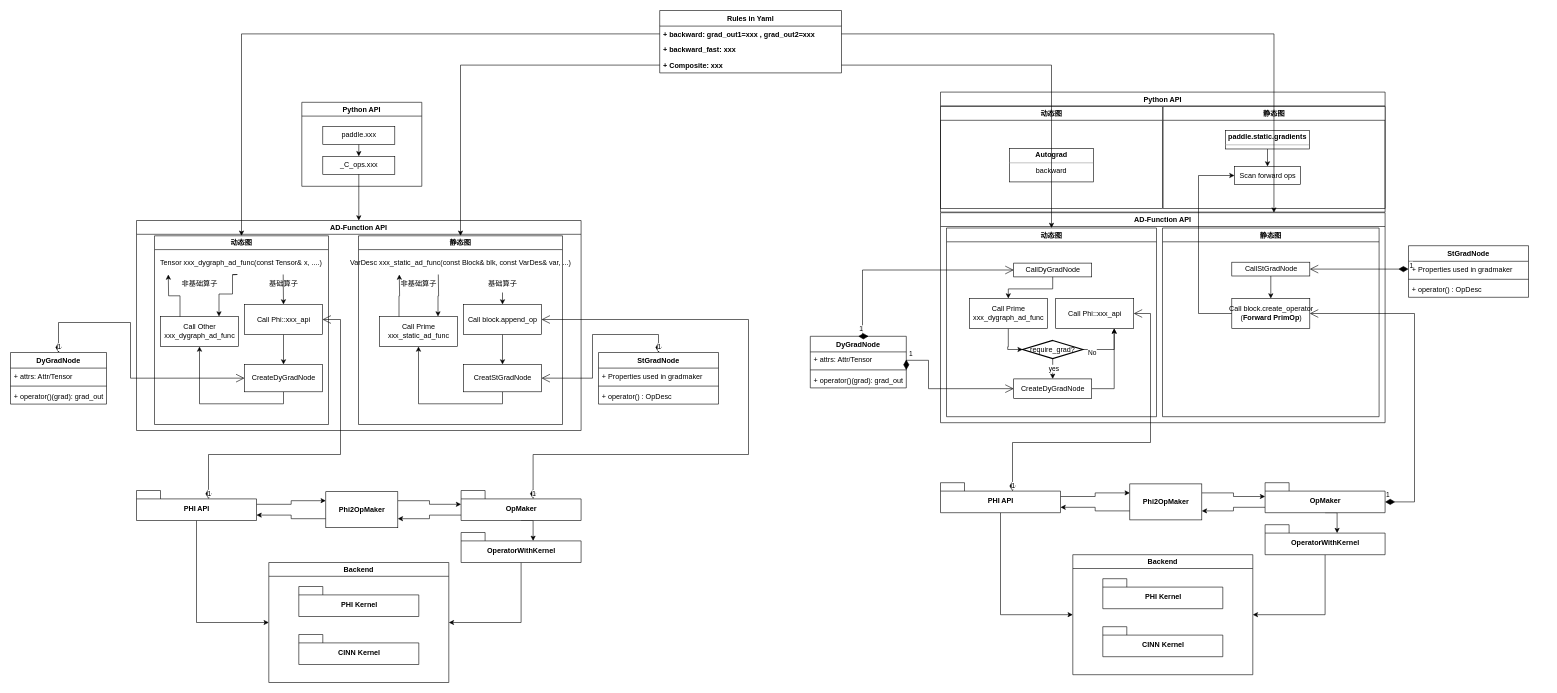
Above: Composite.drawio in JiabinYang/Doc (draw.io), before the change. Source tidied: cells renumbered, new cells numbered last; positions are measured from the earlier drawing's top-left corner, leaving out a move shared by most shapes. Both pictures are drawn from the tidied source at 60%, with x=0, y=0 at pixel (10, 10).
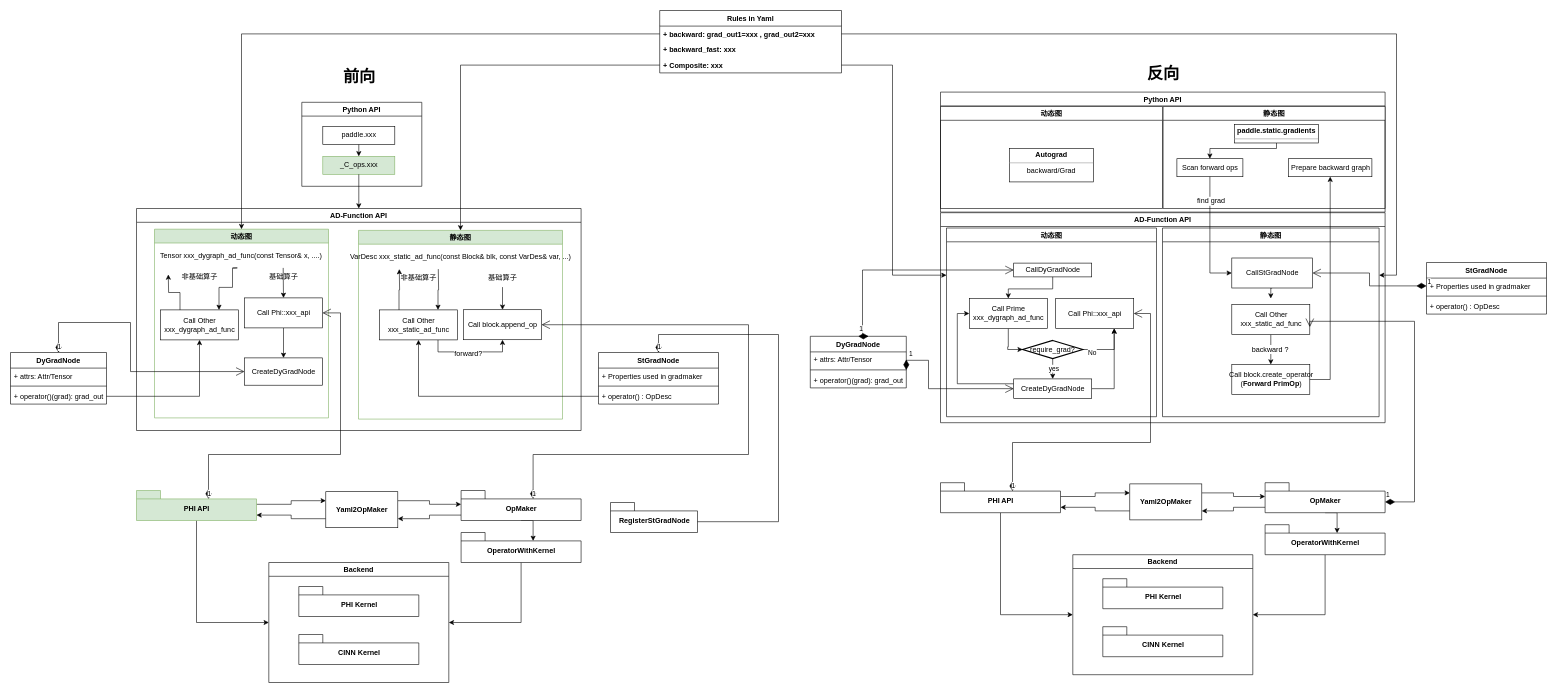
Above is the later version.

Unchanged cells that the change refers to:
```xml
<mxCell id="2" value="Python API" style="swimlane;" parent="1" vertex="1">
  <mxGeometry x="485.5" y="153" width="200" height="140" as="geometry" />
</mxCell>
<mxCell id="8" value="Call Other&lt;br&gt;xxx_dygraph_ad_func" style="html=1;" parent="7" vertex="1">
  <mxGeometry x="10" y="134.5" width="130" height="50" as="geometry" />
</mxCell>
<mxCell id="12" value="CreateDyGradNode" style="html=1;" parent="7" vertex="1">
  <mxGeometry x="150" y="214.5" width="130" height="45.5" as="geometry" />
</mxCell>
<mxCell id="14" value="Call Phi::xxx_api" style="html=1;" parent="7" vertex="1">
  <mxGeometry x="150" y="114.5" width="130" height="50" as="geometry" />
</mxCell>
<mxCell id="31" value="StGradNode" style="swimlane;fontStyle=1;align=center;verticalAlign=top;horizontal=1;startSize=26;" parent="1" vertex="1">
  <mxGeometry x="980" y="570" width="200" height="86" as="geometry" />
</mxCell>
<mxCell id="34" value="+ operator() : OpDesc" style="text;strokeColor=none;fillColor=none;align=left;verticalAlign=top;spacingLeft=4;spacingRight=4;overflow=hidden;points=[[0,0.5],[1,0.5]];portConstraint=eastwest;" parent="31" vertex="1">
  <mxGeometry y="60" width="200" height="26" as="geometry" />
</mxCell>
<mxCell id="35" value="DyGradNode" style="swimlane;fontStyle=1;align=center;verticalAlign=top;horizontal=1;startSize=26;" parent="1" vertex="1">
  <mxGeometry y="570" width="160" height="86" as="geometry" />
</mxCell>
<mxCell id="38" value="+ operator()(grad): grad_out" style="text;strokeColor=none;fillColor=none;align=left;verticalAlign=top;spacingLeft=4;spacingRight=4;overflow=hidden;points=[[0,0.5],[1,0.5]];portConstraint=eastwest;" parent="35" vertex="1">
  <mxGeometry y="60" width="160" height="26" as="geometry" />
</mxCell>
<mxCell id="47" value="OpMaker" style="shape=folder;fontStyle=1;spacingTop=10;tabWidth=40;tabHeight=14;tabPosition=left;html=1;" parent="1" vertex="1">
  <mxGeometry x="751" y="800" width="200" height="50" as="geometry" />
</mxCell>
<mxCell id="57" value="静态图" style="swimlane;" parent="56" vertex="1">
  <mxGeometry x="371" y="24" width="370" height="170" as="geometry" />
</mxCell>
<mxCell id="61" value="AD-Function API" style="swimlane;startSize=23;" parent="1" vertex="1">
  <mxGeometry x="1550" y="337" width="741" height="350" as="geometry" />
</mxCell>
<mxCell id="62" value="动态图" style="swimlane;" parent="61" vertex="1">
  <mxGeometry x="10" y="25.5" width="350" height="314.5" as="geometry" />
</mxCell>
<mxCell id="64" value="Call Prime&lt;br&gt;xxx_dygraph_ad_func" style="html=1;" parent="62" vertex="1">
  <mxGeometry x="38" y="117.5" width="130" height="50" as="geometry" />
</mxCell>
<mxCell id="74" value="CreateDyGradNode" style="html=1;" parent="62" vertex="1">
  <mxGeometry x="112" y="251.5" width="130" height="32.5" as="geometry" />
</mxCell>
<mxCell id="75" value="静态图" style="swimlane;" parent="61" vertex="1">
  <mxGeometry x="370" y="25.5" width="361" height="314.5" as="geometry" />
</mxCell>
<mxCell id="88" value="OpMaker" style="shape=folder;fontStyle=1;spacingTop=10;tabWidth=40;tabHeight=14;tabPosition=left;html=1;" parent="1" vertex="1">
  <mxGeometry x="2091" y="787" width="200" height="50" as="geometry" />
</mxCell>
<mxCell id="97" value="动态图" style="swimlane;" parent="1" vertex="1">
  <mxGeometry x="1550" y="160" width="370" height="170" as="geometry" />
</mxCell>
<mxCell id="112" value="+ backward: grad_out1=xxx , grad_out2=xxx" style="text;strokeColor=none;fillColor=none;align=left;verticalAlign=top;spacingLeft=4;spacingRight=4;overflow=hidden;points=[[0,0.5],[1,0.5]];portConstraint=eastwest;fontStyle=1;" parent="111" vertex="1">
  <mxGeometry y="26" width="303" height="26" as="geometry" />
</mxCell>
<mxCell id="114" value="+ Composite: xxx" style="text;strokeColor=none;fillColor=none;align=left;verticalAlign=top;spacingLeft=4;spacingRight=4;overflow=hidden;points=[[0,0.5],[1,0.5]];portConstraint=eastwest;fontStyle=1;" parent="111" vertex="1">
  <mxGeometry y="78" width="303" height="26" as="geometry" />
</mxCell>
```

The edit, as a diff of the source:
```diff
@@
-    <mxCell id="5" value="_C_ops.xxx" style="rounded=0;whiteSpace=wrap;html=1;" parent="2" vertex="1">
+    <mxCell id="5" value="_C_ops.xxx" style="rounded=0;whiteSpace=wrap;html=1;fillColor=#d5e8d4;strokeColor=#82b366;" parent="2" vertex="1">
       <mxGeometry x="35" y="90" width="120" height="30" as="geometry" />
     </mxCell>
     <mxCell id="6" value="AD-Function API" style="swimlane;startSize=23;" parent="1" vertex="1">
-      <mxGeometry x="210" y="350" width="741" height="350" as="geometry" />
+      <mxGeometry x="210" y="330" width="741" height="370" as="geometry" />
     </mxCell>
-    <mxCell id="7" value="动态图" style="swimlane;" parent="6" vertex="1">
-      <mxGeometry x="30" y="25.5" width="290" height="314.5" as="geometry" />
+    <mxCell id="7" value="动态图" style="swimlane;fillColor=#d5e8d4;strokeColor=#82b366;" parent="6" vertex="1">
+      <mxGeometry x="30" y="34.5" width="290" height="314.5" as="geometry" />
     </mxCell>
@@
-    <mxCell id="11" style="edgeStyle=orthogonalEdgeStyle;rounded=0;jettySize=auto;html=1;exitX=0.5;exitY=1;exitDx=0;exitDy=0;entryX=0.5;entryY=1;entryDx=0;entryDy=0;" parent="7" edge="1" source="12" target="8">
-      <mxGeometry relative="1" as="geometry" />
-    </mxCell>
@@
-    <mxCell id="18" value="静态图" style="swimlane;" parent="6" vertex="1">
-      <mxGeometry x="370" y="25.5" width="340" height="314.5" as="geometry" />
+    <mxCell id="18" value="静态图" style="swimlane;fillColor=#d5e8d4;strokeColor=#82b366;" parent="6" vertex="1">
+      <mxGeometry x="370" y="36.5" width="340" height="314.5" as="geometry" />
     </mxCell>
@@
+    <mxCell id="119" style="edgeStyle=orthogonalEdgeStyle;rounded=0;jettySize=auto;html=1;exitX=0.75;exitY=1;exitDx=0;exitDy=0;entryX=0.5;entryY=1;entryDx=0;entryDy=0;fontSize=12;" parent="18" edge="1" source="20" target="25">
+      <mxGeometry relative="1" as="geometry" />
+    </mxCell>
+    <mxCell id="120" value="forward?" style="edgeLabel;html=1;align=center;verticalAlign=middle;fontSize=12;" parent="119" vertex="1">
+      <mxGeometry x="-0.07" y="-2" relative="1" as="geometry">
+        <mxPoint x="1" as="offset" />
+      </mxGeometry>
+    </mxCell>
-    <mxCell id="20" value="Call Prime&lt;br&gt;xxx_static_ad_func" style="html=1;" parent="18" vertex="1">
-      <mxGeometry x="35" y="134.5" width="130" height="50" as="geometry" />
+    <mxCell id="20" value="Call Other&lt;br&gt;xxx_static_ad_func" style="html=1;" parent="18" vertex="1">
+      <mxGeometry x="35" y="132.5" width="130" height="50" as="geometry" />
     </mxCell>
@@
-    <mxCell id="22" style="edgeStyle=orthogonalEdgeStyle;rounded=0;jettySize=auto;html=1;exitX=0.5;exitY=1;exitDx=0;exitDy=0;entryX=0.5;entryY=1;entryDx=0;entryDy=0;" parent="18" edge="1" source="23" target="20">
-      <mxGeometry relative="1" as="geometry" />
-    </mxCell>
-    <mxCell id="23" value="CreatStGradNode" style="html=1;" parent="18" vertex="1">
-      <mxGeometry x="175" y="214.5" width="130" height="45.5" as="geometry" />
-    </mxCell>
-    <mxCell id="24" style="edgeStyle=orthogonalEdgeStyle;rounded=0;jettySize=auto;html=1;exitX=0.5;exitY=1;exitDx=0;exitDy=0;entryX=0.5;entryY=0;entryDx=0;entryDy=0;" parent="18" edge="1" source="25" target="23">
-      <mxGeometry relative="1" as="geometry" />
-    </mxCell>
     <mxCell id="25" value="Call block.append_op" style="html=1;" parent="18" vertex="1">
-      <mxGeometry x="175" y="114.5" width="130" height="50" as="geometry" />
+      <mxGeometry x="175" y="132.2" width="130" height="50" as="geometry" />
     </mxCell>
@@
-    <mxCell id="39" value="1" style="endArrow=open;html=1;endSize=12;startArrow=diamondThin;startSize=14;startFill=1;edgeStyle=orthogonalEdgeStyle;align=left;verticalAlign=bottom;rounded=0;exitX=0.5;exitY=0;exitDx=0;exitDy=0;entryX=1;entryY=0.5;entryDx=0;entryDy=0;" parent="1" edge="1" source="31" target="23">
+    <mxCell id="39" value="1" style="endArrow=open;html=1;endSize=12;startArrow=diamondThin;startSize=14;startFill=1;edgeStyle=orthogonalEdgeStyle;align=left;verticalAlign=bottom;rounded=0;exitX=0.5;exitY=0;exitDx=0;exitDy=0;entryX=0;entryY=0;entryDx=70;entryDy=32;entryPerimeter=0;" parent="1" edge="1" source="31" target="132">
       <mxGeometry x="-1" y="3" relative="1" as="geometry">
         <Array as="points">
           <mxPoint x="1080" y="540" />
-          <mxPoint x="970" y="540" />
-          <mxPoint x="970" y="613" />
+          <mxPoint x="1280" y="540" />
+          <mxPoint x="1280" y="852" />
         </Array>
       </mxGeometry>
     </mxCell>
     <mxCell id="40" value="1" style="endArrow=open;html=1;endSize=12;startArrow=diamondThin;startSize=14;startFill=1;edgeStyle=orthogonalEdgeStyle;align=left;verticalAlign=bottom;rounded=0;exitX=0.5;exitY=0;exitDx=0;exitDy=0;entryX=0;entryY=0.5;entryDx=0;entryDy=0;" parent="1" edge="1" source="35" target="12">
       <mxGeometry x="-1" y="3" relative="1" as="geometry">
         <Array as="points">
           <mxPoint x="80" y="520" />
           <mxPoint x="200" y="520" />
-          <mxPoint x="200" y="613" />
+          <mxPoint x="200" y="602" />
         </Array>
       </mxGeometry>
     </mxCell>
@@
-    <mxCell id="44" value="PHI API" style="shape=folder;fontStyle=1;spacingTop=10;tabWidth=40;tabHeight=14;tabPosition=left;html=1;" parent="1" vertex="1">
+    <mxCell id="44" value="PHI API" style="shape=folder;fontStyle=1;spacingTop=10;tabWidth=40;tabHeight=14;tabPosition=left;html=1;fillColor=#d5e8d4;strokeColor=#82b366;" parent="1" vertex="1">
       <mxGeometry x="210" y="800" width="200" height="50" as="geometry" />
     </mxCell>
@@
-    <mxCell id="55" value="&lt;b&gt;Phi2OpMaker&lt;/b&gt;" style="rounded=0;whiteSpace=wrap;html=1;" parent="1" vertex="1">
+    <mxCell id="55" value="&lt;b&gt;Yaml2OpMaker&lt;/b&gt;" style="rounded=0;whiteSpace=wrap;html=1;" parent="1" vertex="1">
       <mxGeometry x="525.5" y="802" width="120" height="60" as="geometry" />
     </mxCell>
@@
     <mxCell id="58" style="edgeStyle=orthogonalEdgeStyle;rounded=0;jettySize=auto;html=1;exitX=0.5;exitY=1;exitDx=0;exitDy=0;entryX=0.5;entryY=0;entryDx=0;entryDy=0;" parent="57" edge="1" source="59" target="60">
-      <mxGeometry relative="1" as="geometry" />
+      <mxGeometry relative="1" as="geometry">
+        <Array as="points">
+          <mxPoint x="189" y="70" />
+          <mxPoint x="78" y="70" />
+        </Array>
+      </mxGeometry>
     </mxCell>
     <mxCell id="59" value="&lt;p style=&quot;margin:0px;margin-top:4px;text-align:center;&quot;&gt;&lt;b&gt;paddle.static.gradients&lt;/b&gt;&lt;/p&gt;&lt;hr size=&quot;1&quot;&gt;&lt;div style=&quot;text-align: center; height: 2px;&quot;&gt;&lt;br&gt;&lt;/div&gt;" style="verticalAlign=top;align=left;overflow=fill;fontSize=12;fontFamily=Helvetica;html=1;" parent="57" vertex="1">
-      <mxGeometry x="104" y="40" width="140" height="30.8" as="geometry" />
+      <mxGeometry x="119" y="30" width="140" height="30.8" as="geometry" />
     </mxCell>
     <mxCell id="60" value="Scan forward ops" style="html=1;" parent="57" vertex="1">
-      <mxGeometry x="119" y="100" width="110" height="30" as="geometry" />
+      <mxGeometry x="23" y="87" width="110" height="30" as="geometry" />
     </mxCell>
+    <mxCell id="121" value="Prepare backward graph" style="html=1;" parent="57" vertex="1">
+      <mxGeometry x="209" y="87" width="139" height="30" as="geometry" />
+    </mxCell>
@@
+    <mxCell id="122" style="edgeStyle=orthogonalEdgeStyle;rounded=0;jettySize=auto;html=1;exitX=0;exitY=0.25;exitDx=0;exitDy=0;entryX=0;entryY=0.5;entryDx=0;entryDy=0;fontSize=27;" parent="62" edge="1" source="74" target="64">
+      <mxGeometry relative="1" as="geometry" />
+    </mxCell>
@@
-    <mxCell id="76" value="Call block.create_operator&lt;br&gt;(&lt;b&gt;Forward PrimOp&lt;/b&gt;)" style="html=1;" parent="75" vertex="1">
-      <mxGeometry x="115.5" y="117.5" width="130" height="50" as="geometry" />
-    </mxCell>
-    <mxCell id="77" style="edgeStyle=orthogonalEdgeStyle;rounded=0;jettySize=auto;html=1;entryX=0.5;entryY=0;entryDx=0;entryDy=0;exitX=0.5;exitY=1;exitDx=0;exitDy=0;" parent="75" edge="1" source="78" target="76">
-      <mxGeometry relative="1" as="geometry" />
+    <mxCell id="77" style="edgeStyle=orthogonalEdgeStyle;rounded=0;jettySize=auto;html=1;entryX=0.5;entryY=0;entryDx=0;entryDy=0;exitX=0.5;exitY=1;exitDx=0;exitDy=0;" parent="75" edge="1" source="78">
+      <mxGeometry relative="1" as="geometry">
+        <mxPoint x="180.5" y="117.5" as="targetPoint" />
+      </mxGeometry>
     </mxCell>
     <mxCell id="78" value="CallStGradNode" style="html=1;" parent="75" vertex="1">
-      <mxGeometry x="115.5" y="57" width="130" height="23" as="geometry" />
+      <mxGeometry x="115.5" y="50" width="134.5" height="50" as="geometry" />
     </mxCell>
+    <mxCell id="76" value="Call block.create_operator&lt;br&gt;(&lt;b&gt;Forward PrimOp&lt;/b&gt;)" style="html=1;" parent="75" vertex="1">
+      <mxGeometry x="115.5" y="227.5" width="130" height="50" as="geometry" />
+    </mxCell>
+    <mxCell id="123" value="backward ?&amp;nbsp;" style="edgeStyle=orthogonalEdgeStyle;rounded=0;jettySize=auto;html=1;exitX=0.5;exitY=1;exitDx=0;exitDy=0;entryX=0.5;entryY=0;entryDx=0;entryDy=0;fontSize=12;" parent="75" edge="1" source="124" target="76">
+      <mxGeometry relative="1" as="geometry" />
+    </mxCell>
+    <mxCell id="124" value="Call Other&lt;br&gt;xxx_static_ad_func" style="html=1;" parent="75" vertex="1">
+      <mxGeometry x="115.5" y="127.5" width="130" height="50" as="geometry" />
+    </mxCell>
     <mxCell id="79" value="StGradNode" style="swimlane;fontStyle=1;align=center;verticalAlign=top;horizontal=1;startSize=26;" parent="1" vertex="1">
-      <mxGeometry x="2330" y="392" width="200" height="86" as="geometry" />
+      <mxGeometry x="2360" y="420" width="200" height="86" as="geometry" />
     </mxCell>
@@
-    <mxCell id="96" value="&lt;b&gt;Phi2OpMaker&lt;/b&gt;" style="rounded=0;whiteSpace=wrap;html=1;" parent="1" vertex="1">
+    <mxCell id="96" value="&lt;b&gt;Yaml2OpMaker&lt;/b&gt;" style="rounded=0;whiteSpace=wrap;html=1;" parent="1" vertex="1">
       <mxGeometry x="1865.5" y="789" width="120" height="60" as="geometry" />
     </mxCell>
@@
-    <mxCell id="98" value="&lt;p style=&quot;margin:0px;margin-top:4px;text-align:center;&quot;&gt;&lt;b&gt;Autograd&lt;/b&gt;&lt;/p&gt;&lt;hr size=&quot;1&quot;&gt;&lt;div style=&quot;text-align: center; height: 2px;&quot;&gt;backward&lt;/div&gt;" style="verticalAlign=top;align=left;overflow=fill;fontSize=12;fontFamily=Helvetica;html=1;" parent="97" vertex="1">
+    <mxCell id="98" value="&lt;p style=&quot;margin:0px;margin-top:4px;text-align:center;&quot;&gt;&lt;b&gt;Autograd&lt;/b&gt;&lt;/p&gt;&lt;hr size=&quot;1&quot;&gt;&lt;div style=&quot;text-align: center; height: 2px;&quot;&gt;backward/Grad&lt;/div&gt;" style="verticalAlign=top;align=left;overflow=fill;fontSize=12;fontFamily=Helvetica;html=1;" parent="97" vertex="1">
       <mxGeometry x="115" y="70.2" width="140" height="55.5" as="geometry" />
     </mxCell>
@@
     <mxCell id="105" value="1" style="endArrow=open;html=1;endSize=12;startArrow=diamondThin;startSize=14;startFill=1;edgeStyle=orthogonalEdgeStyle;align=left;verticalAlign=bottom;rounded=0;exitX=0;exitY=0;exitDx=120;exitDy=14;exitPerimeter=0;entryX=1;entryY=0.5;entryDx=0;entryDy=0;" parent="1" edge="1" source="44" target="14">
       <mxGeometry x="-1" y="3" relative="1" as="geometry">
         <Array as="points">
           <mxPoint x="330" y="740" />
           <mxPoint x="550" y="740" />
-          <mxPoint x="550" y="515" />
+          <mxPoint x="550" y="504" />
         </Array>
       </mxGeometry>
     </mxCell>
     <mxCell id="106" value="1" style="endArrow=open;html=1;endSize=12;startArrow=diamondThin;startSize=14;startFill=1;edgeStyle=orthogonalEdgeStyle;align=left;verticalAlign=bottom;rounded=0;exitX=0;exitY=0;exitDx=120;exitDy=14;exitPerimeter=0;entryX=1;entryY=0.5;entryDx=0;entryDy=0;" parent="1" edge="1" source="47" target="25">
       <mxGeometry x="-1" y="3" relative="1" as="geometry">
         <Array as="points">
           <mxPoint x="871" y="740" />
           <mxPoint x="1230" y="740" />
-          <mxPoint x="1230" y="515" />
+          <mxPoint x="1230" y="524" />
         </Array>
       </mxGeometry>
     </mxCell>
@@
-    <mxCell id="109" value="1" style="endArrow=open;html=1;endSize=12;startArrow=diamondThin;startSize=14;startFill=1;edgeStyle=orthogonalEdgeStyle;align=left;verticalAlign=bottom;rounded=0;exitX=0;exitY=0;exitDx=200;exitDy=32;exitPerimeter=0;entryX=1;entryY=0.5;entryDx=0;entryDy=0;" parent="1" edge="1" source="88" target="76">
+    <mxCell id="109" value="1" style="endArrow=open;html=1;endSize=12;startArrow=diamondThin;startSize=14;startFill=1;edgeStyle=orthogonalEdgeStyle;align=left;verticalAlign=bottom;rounded=0;exitX=0;exitY=0;exitDx=200;exitDy=32;exitPerimeter=0;entryX=1;entryY=0.75;entryDx=0;entryDy=0;" parent="1" edge="1" source="88" target="124">
       <mxGeometry x="-1" y="3" relative="1" as="geometry">
         <Array as="points">
           <mxPoint x="2340" y="819" />
-          <mxPoint x="2340" y="505" />
+          <mxPoint x="2340" y="518" />
         </Array>
       </mxGeometry>
     </mxCell>
-    <mxCell id="110" style="edgeStyle=orthogonalEdgeStyle;rounded=0;jettySize=auto;html=1;exitX=0;exitY=0.5;exitDx=0;exitDy=0;entryX=0;entryY=0.5;entryDx=0;entryDy=0;" parent="1" edge="1" source="76" target="60">
-      <mxGeometry relative="1" as="geometry">
-        <Array as="points">
-          <mxPoint x="1980" y="505" />
-          <mxPoint x="1980" y="275" />
-        </Array>
-      </mxGeometry>
-    </mxCell>
@@
-    <mxCell id="117" style="edgeStyle=orthogonalEdgeStyle;rounded=0;jettySize=auto;html=1;exitX=1;exitY=0.5;exitDx=0;exitDy=0;entryX=0.75;entryY=0;entryDx=0;entryDy=0;" parent="1" edge="1" source="112" target="61">
-      <mxGeometry relative="1" as="geometry" />
+    <mxCell id="117" style="edgeStyle=orthogonalEdgeStyle;rounded=0;jettySize=auto;html=1;exitX=1;exitY=0.5;exitDx=0;exitDy=0;entryX=1;entryY=0.25;entryDx=0;entryDy=0;" parent="1" edge="1" source="112" target="75">
+      <mxGeometry relative="1" as="geometry">
+        <Array as="points">
+          <mxPoint x="2310" y="39" />
+          <mxPoint x="2310" y="441" />
+        </Array>
+      </mxGeometry>
     </mxCell>
-    <mxCell id="118" style="edgeStyle=orthogonalEdgeStyle;rounded=0;jettySize=auto;html=1;exitX=1;exitY=0.5;exitDx=0;exitDy=0;entryX=0.5;entryY=0;entryDx=0;entryDy=0;" parent="1" edge="1" source="114" target="62">
-      <mxGeometry relative="1" as="geometry" />
+    <mxCell id="118" style="edgeStyle=orthogonalEdgeStyle;rounded=0;jettySize=auto;html=1;exitX=1;exitY=0.5;exitDx=0;exitDy=0;entryX=0;entryY=0.25;entryDx=0;entryDy=0;" parent="1" edge="1" source="114" target="62">
+      <mxGeometry relative="1" as="geometry">
+        <Array as="points">
+          <mxPoint x="1470" y="91" />
+          <mxPoint x="1470" y="441" />
+        </Array>
+      </mxGeometry>
     </mxCell>
+    <mxCell id="125" style="edgeStyle=orthogonalEdgeStyle;rounded=0;jettySize=auto;html=1;exitX=0.5;exitY=1;exitDx=0;exitDy=0;entryX=0;entryY=0.5;entryDx=0;entryDy=0;" parent="1" edge="1" source="60" target="78">
+      <mxGeometry relative="1" as="geometry" />
+    </mxCell>
+    <mxCell id="126" value="find grad" style="edgeLabel;html=1;align=center;verticalAlign=middle;fontSize=12;" parent="125" vertex="1">
+      <mxGeometry x="-0.59" y="1" relative="1" as="geometry" />
+    </mxCell>
+    <mxCell id="127" style="edgeStyle=orthogonalEdgeStyle;rounded=0;jettySize=auto;html=1;exitX=1;exitY=0.5;exitDx=0;exitDy=0;entryX=0.5;entryY=1;entryDx=0;entryDy=0;" parent="1" edge="1" source="76" target="121">
+      <mxGeometry relative="1" as="geometry" />
+    </mxCell>
+    <mxCell id="128" value="反向" style="text;html=1;align=center;verticalAlign=middle;strokeColor=none;fillColor=none;fontSize=27;fontStyle=1;" parent="1" vertex="1">
+      <mxGeometry x="1880.5" y="80" width="80" height="50" as="geometry" />
+    </mxCell>
+    <mxCell id="129" value="前向" style="text;html=1;align=center;verticalAlign=middle;strokeColor=none;fillColor=none;fontStyle=1;fontSize=27;" parent="1" vertex="1">
+      <mxGeometry x="540.5" y="85" width="80" height="50" as="geometry" />
+    </mxCell>
+    <mxCell id="130" style="edgeStyle=orthogonalEdgeStyle;rounded=0;jettySize=auto;html=1;exitX=1;exitY=0.5;exitDx=0;exitDy=0;entryX=0.5;entryY=1;entryDx=0;entryDy=0;fontSize=27;" parent="1" edge="1" source="38" target="8">
+      <mxGeometry relative="1" as="geometry" />
+    </mxCell>
+    <mxCell id="131" style="edgeStyle=orthogonalEdgeStyle;rounded=0;jettySize=auto;html=1;entryX=0.5;entryY=1;entryDx=0;entryDy=0;fontSize=27;exitX=0;exitY=0.5;exitDx=0;exitDy=0;" parent="1" edge="1" source="34" target="20">
+      <mxGeometry relative="1" as="geometry">
+        <Array as="points">
+          <mxPoint x="680" y="643" />
+        </Array>
+      </mxGeometry>
+    </mxCell>
+    <mxCell id="132" value="RegisterStGradNode" style="shape=folder;fontStyle=1;spacingTop=10;tabWidth=40;tabHeight=14;tabPosition=left;html=1;fontSize=12;" parent="1" vertex="1">
+      <mxGeometry x="1000" y="820" width="145" height="50" as="geometry" />
+    </mxCell>
```
